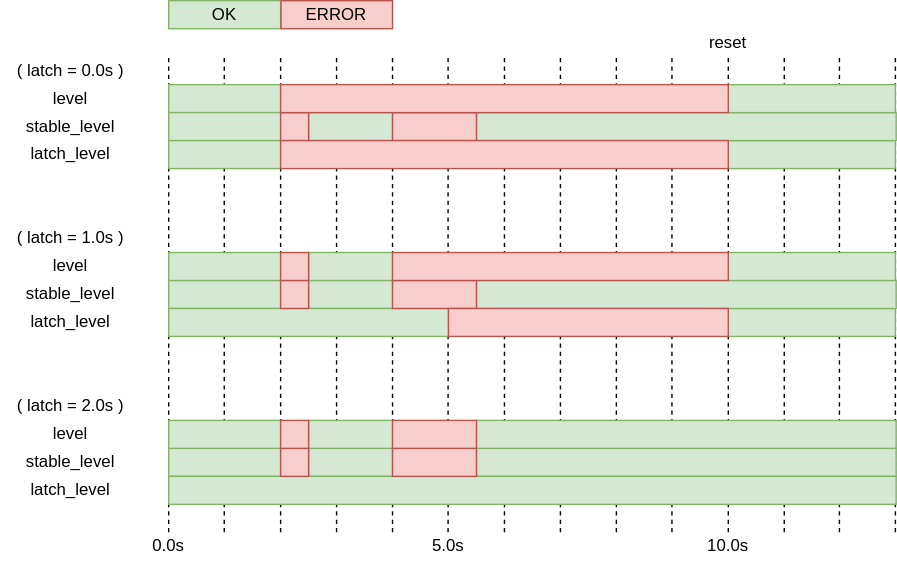
autowarefoundation/autoware-documentation keeps this draw.io diagram as docs/design/autoware-interfaces/ad-api/features/diagnostics/level.drawio.svg. Above is the earlier version. Source tidied: cells renumbered, new cells last; positions are measured from the earlier drawing's top-left corner, leaving out a move shared by most shapes. The source it was exported from:
```xml
<mxGraphModel>
  <root>
    <mxCell id="0" />
    <mxCell id="1" parent="0" />
    <mxCell id="2" style="group;" parent="1" vertex="1">
      <mxGeometry x="120" y="40" width="519.4" height="340" as="geometry" />
    </mxCell>
    <mxCell id="3" style="endArrow=none;dashed=1;html=1;" parent="2" edge="1">
      <mxGeometry relative="1" as="geometry">
        <mxPoint y="340" as="sourcePoint" />
        <mxPoint as="targetPoint" />
      </mxGeometry>
    </mxCell>
    <mxCell id="4" style="endArrow=none;dashed=1;html=1;" parent="2" edge="1">
      <mxGeometry relative="1" as="geometry">
        <mxPoint x="39.7" y="340" as="sourcePoint" />
        <mxPoint x="39.7" as="targetPoint" />
      </mxGeometry>
    </mxCell>
    <mxCell id="5" style="endArrow=none;dashed=1;html=1;" parent="2" edge="1">
      <mxGeometry relative="1" as="geometry">
        <mxPoint x="80" y="340" as="sourcePoint" />
        <mxPoint x="80" as="targetPoint" />
      </mxGeometry>
    </mxCell>
    <mxCell id="6" style="endArrow=none;dashed=1;html=1;" parent="2" edge="1">
      <mxGeometry relative="1" as="geometry">
        <mxPoint x="120" y="340" as="sourcePoint" />
        <mxPoint x="120" as="targetPoint" />
      </mxGeometry>
    </mxCell>
    <mxCell id="7" style="endArrow=none;dashed=1;html=1;" parent="2" edge="1">
      <mxGeometry relative="1" as="geometry">
        <mxPoint x="160" y="340" as="sourcePoint" />
        <mxPoint x="160" as="targetPoint" />
      </mxGeometry>
    </mxCell>
    <mxCell id="8" style="endArrow=none;dashed=1;html=1;" parent="2" edge="1">
      <mxGeometry relative="1" as="geometry">
        <mxPoint x="199.7" y="340" as="sourcePoint" />
        <mxPoint x="199.7" as="targetPoint" />
      </mxGeometry>
    </mxCell>
    <mxCell id="9" style="endArrow=none;dashed=1;html=1;" parent="2" edge="1">
      <mxGeometry relative="1" as="geometry">
        <mxPoint x="240" y="340" as="sourcePoint" />
        <mxPoint x="240" as="targetPoint" />
      </mxGeometry>
    </mxCell>
    <mxCell id="10" style="endArrow=none;dashed=1;html=1;" parent="2" edge="1">
      <mxGeometry relative="1" as="geometry">
        <mxPoint x="280" y="340" as="sourcePoint" />
        <mxPoint x="280" as="targetPoint" />
      </mxGeometry>
    </mxCell>
    <mxCell id="11" style="endArrow=none;dashed=1;html=1;" parent="2" edge="1">
      <mxGeometry relative="1" as="geometry">
        <mxPoint x="320" y="340" as="sourcePoint" />
        <mxPoint x="320" as="targetPoint" />
      </mxGeometry>
    </mxCell>
    <mxCell id="12" style="endArrow=none;dashed=1;html=1;" parent="2" edge="1">
      <mxGeometry relative="1" as="geometry">
        <mxPoint x="359.7" y="340" as="sourcePoint" />
        <mxPoint x="359.7" as="targetPoint" />
      </mxGeometry>
    </mxCell>
    <mxCell id="13" style="endArrow=none;dashed=1;html=1;" parent="2" edge="1">
      <mxGeometry relative="1" as="geometry">
        <mxPoint x="400" y="340" as="sourcePoint" />
        <mxPoint x="400" as="targetPoint" />
      </mxGeometry>
    </mxCell>
    <mxCell id="14" style="endArrow=none;dashed=1;html=1;" parent="2" edge="1">
      <mxGeometry relative="1" as="geometry">
        <mxPoint x="440" y="340" as="sourcePoint" />
        <mxPoint x="440" as="targetPoint" />
      </mxGeometry>
    </mxCell>
    <mxCell id="15" style="endArrow=none;dashed=1;html=1;" parent="2" edge="1">
      <mxGeometry relative="1" as="geometry">
        <mxPoint x="479.4" y="340" as="sourcePoint" />
        <mxPoint x="479.4" as="targetPoint" />
      </mxGeometry>
    </mxCell>
    <mxCell id="16" style="endArrow=none;dashed=1;html=1;" parent="2" edge="1">
      <mxGeometry relative="1" as="geometry">
        <mxPoint x="519.4" y="340" as="sourcePoint" />
        <mxPoint x="519.4" as="targetPoint" />
      </mxGeometry>
    </mxCell>
    <mxCell id="17" style="rounded=0;whiteSpace=wrap;html=1;fillColor=#d5e8d4;strokeColor=#82b366;" parent="2" vertex="1">
      <mxGeometry x="400" y="60" width="119.4" height="20" as="geometry" />
    </mxCell>
    <mxCell id="18" style="rounded=0;whiteSpace=wrap;html=1;fillColor=#d5e8d4;strokeColor=#82b366;" parent="2" vertex="1">
      <mxGeometry x="400" y="180" width="119.4" height="20" as="geometry" />
    </mxCell>
    <mxCell id="19" style="rounded=0;whiteSpace=wrap;html=1;fillColor=#d5e8d4;strokeColor=#82b366;" parent="1" vertex="1">
      <mxGeometry x="120" y="60" width="80" height="20" as="geometry" />
    </mxCell>
    <mxCell id="20" value="level" style="text;html=1;align=center;verticalAlign=middle;whiteSpace=wrap;rounded=0;" parent="1" vertex="1">
      <mxGeometry y="60" width="100" height="20" as="geometry" />
    </mxCell>
    <mxCell id="21" value="&lt;span style=&quot;color: rgb(0, 0, 0);&quot;&gt;stable_level&lt;/span&gt;" style="text;html=1;align=center;verticalAlign=middle;whiteSpace=wrap;rounded=0;" parent="1" vertex="1">
      <mxGeometry y="80" width="100" height="20" as="geometry" />
    </mxCell>
    <mxCell id="22" value="latch_level" style="text;html=1;align=center;verticalAlign=middle;whiteSpace=wrap;rounded=0;" parent="1" vertex="1">
      <mxGeometry y="100" width="100" height="20" as="geometry" />
    </mxCell>
    <mxCell id="23" value="0.0s" style="text;html=1;align=center;verticalAlign=middle;whiteSpace=wrap;rounded=0;" parent="1" vertex="1">
      <mxGeometry x="100" y="380" width="40" height="20" as="geometry" />
    </mxCell>
    <mxCell id="24" value="5.0s" style="text;html=1;align=center;verticalAlign=middle;whiteSpace=wrap;rounded=0;" parent="1" vertex="1">
      <mxGeometry x="300" y="380" width="40" height="20" as="geometry" />
    </mxCell>
    <mxCell id="25" value="10.0s" style="text;html=1;align=center;verticalAlign=middle;whiteSpace=wrap;rounded=0;" parent="1" vertex="1">
      <mxGeometry x="500" y="380" width="40" height="20" as="geometry" />
    </mxCell>
    <mxCell id="26" value="level" style="text;html=1;align=center;verticalAlign=middle;whiteSpace=wrap;rounded=0;" parent="1" vertex="1">
      <mxGeometry y="180" width="100" height="20" as="geometry" />
    </mxCell>
    <mxCell id="27" value="&lt;span style=&quot;color: rgb(0, 0, 0);&quot;&gt;stable_level&lt;/span&gt;" style="text;html=1;align=center;verticalAlign=middle;whiteSpace=wrap;rounded=0;" parent="1" vertex="1">
      <mxGeometry y="200" width="100" height="20" as="geometry" />
    </mxCell>
    <mxCell id="28" value="latch_level" style="text;html=1;align=center;verticalAlign=middle;whiteSpace=wrap;rounded=0;" parent="1" vertex="1">
      <mxGeometry y="220" width="100" height="20" as="geometry" />
    </mxCell>
    <mxCell id="29" value="level" style="text;html=1;align=center;verticalAlign=middle;whiteSpace=wrap;rounded=0;" parent="1" vertex="1">
      <mxGeometry y="300" width="100" height="20" as="geometry" />
    </mxCell>
    <mxCell id="30" value="&lt;span style=&quot;color: rgb(0, 0, 0);&quot;&gt;stable_level&lt;/span&gt;" style="text;html=1;align=center;verticalAlign=middle;whiteSpace=wrap;rounded=0;" parent="1" vertex="1">
      <mxGeometry y="320" width="100" height="20" as="geometry" />
    </mxCell>
    <mxCell id="31" value="latch_level" style="text;html=1;align=center;verticalAlign=middle;whiteSpace=wrap;rounded=0;" parent="1" vertex="1">
      <mxGeometry y="340" width="100" height="20" as="geometry" />
    </mxCell>
    <mxCell id="32" style="rounded=0;whiteSpace=wrap;html=1;fillColor=#d5e8d4;strokeColor=#82b366;" parent="1" vertex="1">
      <mxGeometry x="120" y="80" width="80" height="20" as="geometry" />
    </mxCell>
    <mxCell id="33" style="rounded=0;whiteSpace=wrap;html=1;fillColor=#d5e8d4;strokeColor=#82b366;" parent="1" vertex="1">
      <mxGeometry x="220" y="80" width="60" height="20" as="geometry" />
    </mxCell>
    <mxCell id="34" style="rounded=0;whiteSpace=wrap;html=1;fillColor=#d5e8d4;strokeColor=#82b366;" parent="1" vertex="1">
      <mxGeometry x="340" y="80" width="300" height="20" as="geometry" />
    </mxCell>
    <mxCell id="35" style="rounded=0;whiteSpace=wrap;html=1;fillColor=#f8cecc;strokeColor=#b85450;" parent="1" vertex="1">
      <mxGeometry x="200" y="80" width="20" height="20" as="geometry" />
    </mxCell>
    <mxCell id="36" style="rounded=0;whiteSpace=wrap;html=1;fillColor=#f8cecc;strokeColor=#b85450;" parent="1" vertex="1">
      <mxGeometry x="280" y="80" width="60" height="20" as="geometry" />
    </mxCell>
    <mxCell id="37" style="rounded=0;whiteSpace=wrap;html=1;fillColor=#d5e8d4;strokeColor=#82b366;" parent="1" vertex="1">
      <mxGeometry x="120" y="100" width="80" height="20" as="geometry" />
    </mxCell>
    <mxCell id="38" style="rounded=0;whiteSpace=wrap;html=1;fillColor=#d5e8d4;strokeColor=#82b366;" parent="1" vertex="1">
      <mxGeometry x="120" y="200" width="80" height="20" as="geometry" />
    </mxCell>
    <mxCell id="39" style="rounded=0;whiteSpace=wrap;html=1;fillColor=#d5e8d4;strokeColor=#82b366;" parent="1" vertex="1">
      <mxGeometry x="220" y="200" width="60" height="20" as="geometry" />
    </mxCell>
    <mxCell id="40" style="rounded=0;whiteSpace=wrap;html=1;fillColor=#d5e8d4;strokeColor=#82b366;" parent="1" vertex="1">
      <mxGeometry x="120" y="180" width="80" height="20" as="geometry" />
    </mxCell>
    <mxCell id="41" style="rounded=0;whiteSpace=wrap;html=1;fillColor=#d5e8d4;strokeColor=#82b366;" parent="1" vertex="1">
      <mxGeometry x="340" y="200" width="300" height="20" as="geometry" />
    </mxCell>
    <mxCell id="42" style="rounded=0;whiteSpace=wrap;html=1;fillColor=#d5e8d4;strokeColor=#82b366;" parent="1" vertex="1">
      <mxGeometry x="120" y="220" width="200" height="20" as="geometry" />
    </mxCell>
    <mxCell id="43" style="rounded=0;whiteSpace=wrap;html=1;fillColor=#d5e8d4;strokeColor=#82b366;" parent="1" vertex="1">
      <mxGeometry x="220" y="180" width="60" height="20" as="geometry" />
    </mxCell>
    <mxCell id="44" style="rounded=0;whiteSpace=wrap;html=1;fillColor=#f8cecc;strokeColor=#b85450;" parent="1" vertex="1">
      <mxGeometry x="200" y="200" width="20" height="20" as="geometry" />
    </mxCell>
    <mxCell id="45" style="rounded=0;whiteSpace=wrap;html=1;fillColor=#f8cecc;strokeColor=#b85450;" parent="1" vertex="1">
      <mxGeometry x="200" y="180" width="20" height="20" as="geometry" />
    </mxCell>
    <mxCell id="46" style="rounded=0;whiteSpace=wrap;html=1;fillColor=#f8cecc;strokeColor=#b85450;" parent="1" vertex="1">
      <mxGeometry x="280" y="200" width="60" height="20" as="geometry" />
    </mxCell>
    <mxCell id="47" style="group;" parent="1" vertex="1">
      <mxGeometry x="120" y="300" width="520" height="60" as="geometry" />
    </mxCell>
    <mxCell id="48" style="rounded=0;whiteSpace=wrap;html=1;fillColor=#d5e8d4;strokeColor=#82b366;" parent="47" vertex="1">
      <mxGeometry y="20" width="80" height="20" as="geometry" />
    </mxCell>
    <mxCell id="49" style="rounded=0;whiteSpace=wrap;html=1;fillColor=#d5e8d4;strokeColor=#82b366;" parent="47" vertex="1">
      <mxGeometry x="100" y="20" width="60" height="20" as="geometry" />
    </mxCell>
    <mxCell id="50" style="rounded=0;whiteSpace=wrap;html=1;fillColor=#d5e8d4;strokeColor=#82b366;" parent="47" vertex="1">
      <mxGeometry width="80" height="20" as="geometry" />
    </mxCell>
    <mxCell id="51" style="rounded=0;whiteSpace=wrap;html=1;fillColor=#d5e8d4;strokeColor=#82b366;" parent="47" vertex="1">
      <mxGeometry x="220" y="20" width="300" height="20" as="geometry" />
    </mxCell>
    <mxCell id="52" style="rounded=0;whiteSpace=wrap;html=1;fillColor=#d5e8d4;strokeColor=#82b366;" parent="47" vertex="1">
      <mxGeometry y="40" width="520" height="20" as="geometry" />
    </mxCell>
    <mxCell id="53" style="rounded=0;whiteSpace=wrap;html=1;fillColor=#d5e8d4;strokeColor=#82b366;" parent="47" vertex="1">
      <mxGeometry x="100" width="60" height="20" as="geometry" />
    </mxCell>
    <mxCell id="54" style="rounded=0;whiteSpace=wrap;html=1;fillColor=#f8cecc;strokeColor=#b85450;" parent="47" vertex="1">
      <mxGeometry x="80" y="20" width="20" height="20" as="geometry" />
    </mxCell>
    <mxCell id="55" style="rounded=0;whiteSpace=wrap;html=1;fillColor=#f8cecc;strokeColor=#b85450;" parent="47" vertex="1">
      <mxGeometry x="80" width="20" height="20" as="geometry" />
    </mxCell>
    <mxCell id="56" style="rounded=0;whiteSpace=wrap;html=1;fillColor=#f8cecc;strokeColor=#b85450;" parent="47" vertex="1">
      <mxGeometry x="160" y="20" width="60" height="20" as="geometry" />
    </mxCell>
    <mxCell id="57" style="rounded=0;whiteSpace=wrap;html=1;fillColor=#d5e8d4;strokeColor=#82b366;" parent="47" vertex="1">
      <mxGeometry x="220" width="300" height="20" as="geometry" />
    </mxCell>
    <mxCell id="58" style="rounded=0;whiteSpace=wrap;html=1;fillColor=#f8cecc;strokeColor=#b85450;" parent="47" vertex="1">
      <mxGeometry x="160" width="60" height="20" as="geometry" />
    </mxCell>
    <mxCell id="59" value="( latch = 0.0s )" style="text;html=1;align=center;verticalAlign=middle;whiteSpace=wrap;rounded=0;" parent="1" vertex="1">
      <mxGeometry y="40" width="100" height="20" as="geometry" />
    </mxCell>
    <mxCell id="60" value="( latch = 1.0s )" style="text;html=1;align=center;verticalAlign=middle;whiteSpace=wrap;rounded=0;" parent="1" vertex="1">
      <mxGeometry y="160" width="100" height="20" as="geometry" />
    </mxCell>
    <mxCell id="61" value="( latch = 2.0s )" style="text;html=1;align=center;verticalAlign=middle;whiteSpace=wrap;rounded=0;" parent="1" vertex="1">
      <mxGeometry y="280" width="100" height="20" as="geometry" />
    </mxCell>
    <mxCell id="62" value="reset" style="text;html=1;align=center;verticalAlign=middle;whiteSpace=wrap;rounded=0;" parent="1" vertex="1">
      <mxGeometry x="480" y="20" width="80" height="20" as="geometry" />
    </mxCell>
    <mxCell id="63" style="rounded=0;whiteSpace=wrap;html=1;fillColor=#d5e8d4;strokeColor=#82b366;" parent="1" vertex="1">
      <mxGeometry x="520" y="60" width="119.4" height="20" as="geometry" />
    </mxCell>
    <mxCell id="64" style="rounded=0;whiteSpace=wrap;html=1;fillColor=#f8cecc;strokeColor=#b85450;" parent="1" vertex="1">
      <mxGeometry x="200" y="60" width="320" height="20" as="geometry" />
    </mxCell>
    <mxCell id="65" style="rounded=0;whiteSpace=wrap;html=1;fillColor=#f8cecc;strokeColor=#b85450;" parent="1" vertex="1">
      <mxGeometry x="200" y="100" width="320" height="20" as="geometry" />
    </mxCell>
    <mxCell id="66" style="rounded=0;whiteSpace=wrap;html=1;fillColor=#d5e8d4;strokeColor=#82b366;" parent="1" vertex="1">
      <mxGeometry x="520" y="180" width="119.4" height="20" as="geometry" />
    </mxCell>
    <mxCell id="67" style="rounded=0;whiteSpace=wrap;html=1;fillColor=#f8cecc;strokeColor=#b85450;" parent="1" vertex="1">
      <mxGeometry x="280" y="180" width="240" height="20" as="geometry" />
    </mxCell>
    <mxCell id="68" style="rounded=0;whiteSpace=wrap;html=1;fillColor=#f8cecc;strokeColor=#b85450;" parent="1" vertex="1">
      <mxGeometry x="320" y="220" width="200" height="20" as="geometry" />
    </mxCell>
    <mxCell id="69" value="OK" style="rounded=0;whiteSpace=wrap;html=1;fillColor=#d5e8d4;strokeColor=#82b366;" parent="1" vertex="1">
      <mxGeometry x="120" width="80" height="20" as="geometry" />
    </mxCell>
    <mxCell id="70" value="ERROR" style="rounded=0;whiteSpace=wrap;html=1;fillColor=#f8cecc;strokeColor=#b85450;" parent="1" vertex="1">
      <mxGeometry x="200.3" width="79.7" height="20" as="geometry" />
    </mxCell>
  </root>
</mxGraphModel>
```
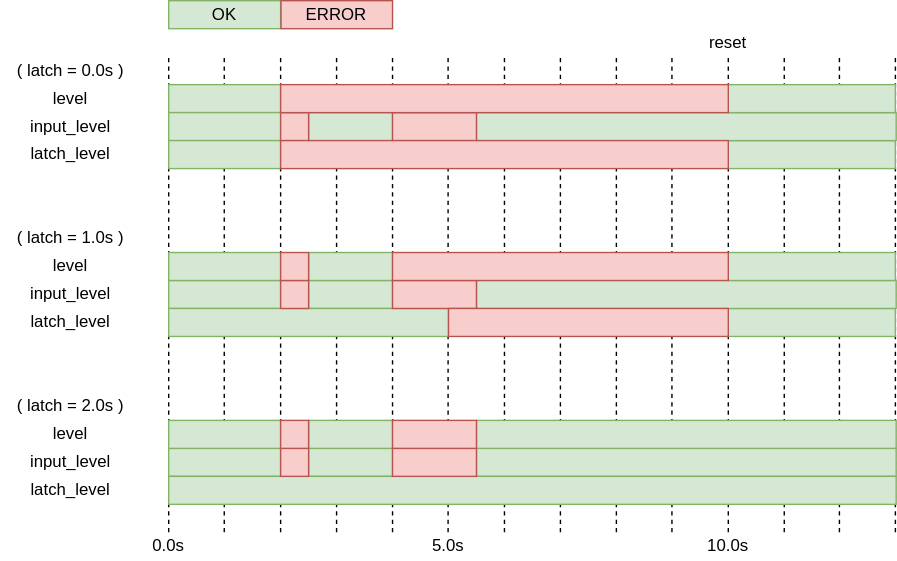
Above is the later version.

Commit message:
feat(ad-api): modify field name

Change to the diagram source:
```diff
@@ -101,7 +101,7 @@
     <mxCell id="20" value="level" style="text;html=1;align=center;verticalAlign=middle;whiteSpace=wrap;rounded=0;" parent="1" vertex="1">
       <mxGeometry y="60" width="100" height="20" as="geometry" />
     </mxCell>
-    <mxCell id="21" value="&lt;span style=&quot;color: rgb(0, 0, 0);&quot;&gt;stable_level&lt;/span&gt;" style="text;html=1;align=center;verticalAlign=middle;whiteSpace=wrap;rounded=0;" parent="1" vertex="1">
+    <mxCell id="21" value="&lt;span style=&quot;color: rgb(0, 0, 0);&quot;&gt;input_level&lt;/span&gt;" style="text;html=1;align=center;verticalAlign=middle;whiteSpace=wrap;rounded=0;" parent="1" vertex="1">
       <mxGeometry y="80" width="100" height="20" as="geometry" />
     </mxCell>
     <mxCell id="22" value="latch_level" style="text;html=1;align=center;verticalAlign=middle;whiteSpace=wrap;rounded=0;" parent="1" vertex="1">
@@ -119,7 +119,7 @@
     <mxCell id="26" value="level" style="text;html=1;align=center;verticalAlign=middle;whiteSpace=wrap;rounded=0;" parent="1" vertex="1">
       <mxGeometry y="180" width="100" height="20" as="geometry" />
     </mxCell>
-    <mxCell id="27" value="&lt;span style=&quot;color: rgb(0, 0, 0);&quot;&gt;stable_level&lt;/span&gt;" style="text;html=1;align=center;verticalAlign=middle;whiteSpace=wrap;rounded=0;" parent="1" vertex="1">
+    <mxCell id="27" value="&lt;span style=&quot;color: rgb(0, 0, 0);&quot;&gt;input_level&lt;/span&gt;" style="text;html=1;align=center;verticalAlign=middle;whiteSpace=wrap;rounded=0;" parent="1" vertex="1">
       <mxGeometry y="200" width="100" height="20" as="geometry" />
     </mxCell>
     <mxCell id="28" value="latch_level" style="text;html=1;align=center;verticalAlign=middle;whiteSpace=wrap;rounded=0;" parent="1" vertex="1">
@@ -128,7 +128,7 @@
     <mxCell id="29" value="level" style="text;html=1;align=center;verticalAlign=middle;whiteSpace=wrap;rounded=0;" parent="1" vertex="1">
       <mxGeometry y="300" width="100" height="20" as="geometry" />
     </mxCell>
-    <mxCell id="30" value="&lt;span style=&quot;color: rgb(0, 0, 0);&quot;&gt;stable_level&lt;/span&gt;" style="text;html=1;align=center;verticalAlign=middle;whiteSpace=wrap;rounded=0;" parent="1" vertex="1">
+    <mxCell id="30" value="&lt;span style=&quot;color: rgb(0, 0, 0);&quot;&gt;input_level&lt;/span&gt;" style="text;html=1;align=center;verticalAlign=middle;whiteSpace=wrap;rounded=0;" parent="1" vertex="1">
       <mxGeometry y="320" width="100" height="20" as="geometry" />
     </mxCell>
     <mxCell id="31" value="latch_level" style="text;html=1;align=center;verticalAlign=middle;whiteSpace=wrap;rounded=0;" parent="1" vertex="1">
```
